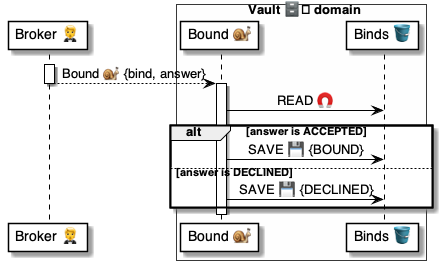
Before: 4 ⚙️ Solution/41 🎭 Domain Roles/Vaults 🗄️/🗄️📨 Vault msgs/Bound 🤵🐌🗄️/🗄️ Bound ⚙️ uml.png, a diagram exported from PlantUML (pollyweb-org/pollyweb-docs). Its source is kept beside it as 4 ⚙️ Solution/41 🎭 Domain Roles/Vaults 🗄️/🗄️📨 Vault msgs/Bound 🤵🐌🗄️/🗄️ Bound ⚙️ uml.puml. The source it was exported from:
```plantuml
@startuml Bound@Vault

participant "Broker 🤵" as broker
box Vault 🗄️ domain #FFFFFA
    participant "Bound 🐌" as vault
    participant "Binds 🪣" as binds
end box


activate broker
    broker --> vault: Bound 🐌 {bind, answer}
deactivate broker

activate vault
    vault -> binds: READ 🧲
    alt answer is ACCEPTED
        vault -> binds: SAVE 💾 {BOUND}
    else answer is DECLINED
        vault -> binds: SAVE 💾 {DECLINED}
    end
deactivate vault


@enduml
```
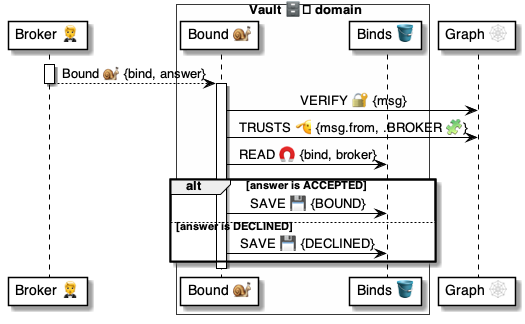
Later version of the same file.

Diff of the diagram source:
```diff
@@ -5,6 +5,7 @@
     participant "Bound 🐌" as vault
     participant "Binds 🪣" as binds
 end box
+participant "Graph 🕸" as graph
 
 
 activate broker
@@ -12,12 +13,17 @@
 deactivate broker
 
 activate vault
-    vault -> binds: READ 🧲
+
+    vault -> graph: VERIFY 🔐 {msg}
+    vault -> graph: TRUSTS 🫡 {msg.from, .BROKER 🧩}
+    vault -> binds: READ 🧲 {bind, broker}
+
     alt answer is ACCEPTED
         vault -> binds: SAVE 💾 {BOUND}
     else answer is DECLINED
         vault -> binds: SAVE 💾 {DECLINED}
     end
+
 deactivate vault
 
 
```
